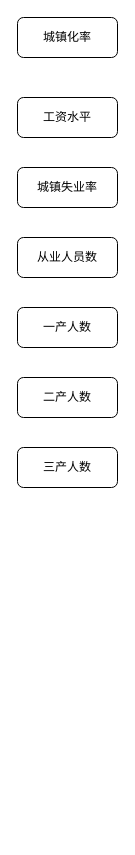
This is 未命名绘图.drawio from Iaiolk/CourseDM_Project, a draw.io file, before an edit. Source tidied: cells renumbered, new cells numbered last; positions are measured from the earlier drawing's top-left corner, leaving out a move shared by most shapes. Both pictures are drawn from the tidied source at 100%, with x=0, y=0 at pixel (17, 17).
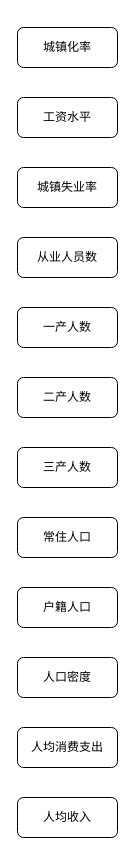
The same page after the edit.

Commit message (it also covers changes not shown here):
更新未命名绘图.drawio

The edit, as a diff of the source:
```diff
@@
 <mxGraphModel>
   <root>
     <mxCell id="0" />
     <mxCell id="1" parent="0" />
     <mxCell id="2" value="城镇化率" style="rounded=1;whiteSpace=wrap;html=1;" parent="1" vertex="1">
-      <mxGeometry width="100" height="40" as="geometry" />
+      <mxGeometry y="10" width="100" height="40" as="geometry" />
     </mxCell>
     <mxCell id="3" value="工资水平" style="rounded=1;whiteSpace=wrap;html=1;" parent="1" vertex="1">
       <mxGeometry y="80" width="100" height="40" as="geometry" />
     </mxCell>
     <mxCell id="4" value="城镇失业率" style="rounded=1;whiteSpace=wrap;html=1;" parent="1" vertex="1">
       <mxGeometry y="150" width="100" height="40" as="geometry" />
     </mxCell>
     <mxCell id="5" value="从业人员数" style="rounded=1;whiteSpace=wrap;html=1;" parent="1" vertex="1">
       <mxGeometry y="220" width="100" height="40" as="geometry" />
     </mxCell>
     <mxCell id="6" value="一产人数" style="rounded=1;whiteSpace=wrap;html=1;" parent="1" vertex="1">
       <mxGeometry y="290" width="100" height="40" as="geometry" />
     </mxCell>
     <mxCell id="7" value="二产人数" style="rounded=1;whiteSpace=wrap;html=1;" parent="1" vertex="1">
       <mxGeometry y="360" width="100" height="40" as="geometry" />
     </mxCell>
     <mxCell id="8" value="三产人数" style="rounded=1;whiteSpace=wrap;html=1;" parent="1" vertex="1">
       <mxGeometry y="430" width="100" height="40" as="geometry" />
     </mxCell>
+    <mxCell id="9" value="常住人口" style="rounded=1;whiteSpace=wrap;html=1;" parent="1" vertex="1">
+      <mxGeometry y="500" width="100" height="40" as="geometry" />
+    </mxCell>
+    <mxCell id="10" value="户籍人口" style="rounded=1;whiteSpace=wrap;html=1;" parent="1" vertex="1">
+      <mxGeometry y="570" width="100" height="40" as="geometry" />
+    </mxCell>
+    <mxCell id="11" value="人口密度" style="rounded=1;whiteSpace=wrap;html=1;" parent="1" vertex="1">
+      <mxGeometry y="640" width="100" height="40" as="geometry" />
+    </mxCell>
+    <mxCell id="12" value="人均消费支出" style="rounded=1;whiteSpace=wrap;html=1;" parent="1" vertex="1">
+      <mxGeometry y="710" width="100" height="40" as="geometry" />
+    </mxCell>
+    <mxCell id="13" value="人均收入" style="rounded=1;whiteSpace=wrap;html=1;" parent="1" vertex="1">
+      <mxGeometry y="780" width="100" height="40" as="geometry" />
+    </mxCell>
   </root>
 </mxGraphModel>
```
